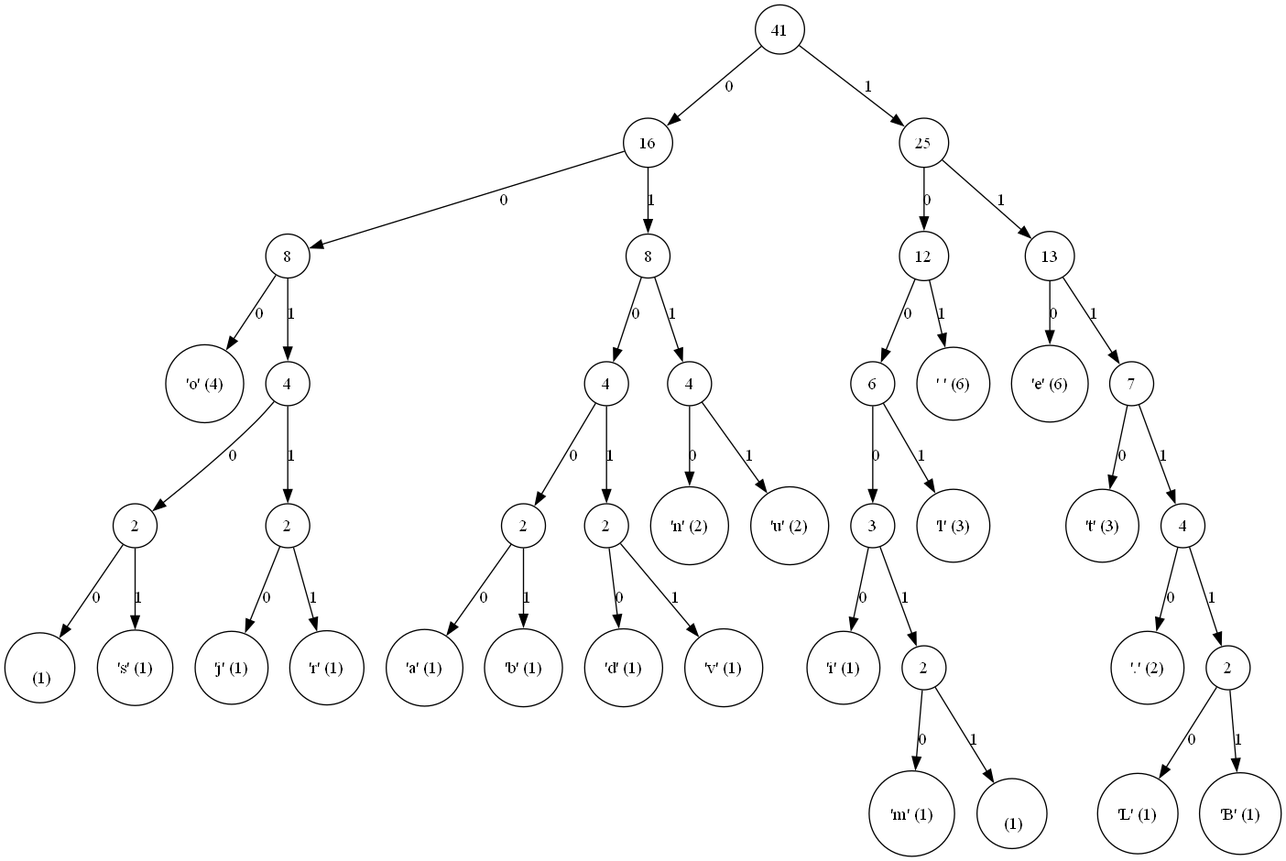
This is huffman_tree.png from MohamedSAIFI0/huffman_coding, a Graphviz export, as it was before one commit. Its source is kept beside it as huffman_tree.dot. Source of this version:
```dot
digraph HuffmanTree {
    node [shape=circle];
    2040495657 [label="41"];
    661672156 [label="16"];
    96639997 [label="8"];
    128893786 [label="'o' (4)"];
    96639997 -> 128893786 [label="0"];
    752848266 [label="4"];
    815033865 [label="2"];
    1555093762 [label="\n (1)"];
    815033865 -> 1555093762 [label="0"];
    1190900417 [label="'s' (1)"];
    815033865 -> 1190900417 [label="1"];
    752848266 -> 815033865 [label="0"];
    379110473 [label="2"];
    99550389 [label="'j' (1)"];
    379110473 -> 99550389 [label="0"];
    1598924227 [label="'r' (1)"];
    379110473 -> 1598924227 [label="1"];
    752848266 -> 379110473 [label="1"];
    96639997 -> 752848266 [label="1"];
    661672156 -> 96639997 [label="0"];
    1144748369 [label="8"];
    340870931 [label="4"];
    1768305536 [label="2"];
    1530388690 [label="'a' (1)"];
    1768305536 -> 1530388690 [label="0"];
    1146743572 [label="'b' (1)"];
    1768305536 -> 1146743572 [label="1"];
    340870931 -> 1768305536 [label="0"];
    1512981843 [label="2"];
    42768293 [label="'d' (1)"];
    1512981843 -> 42768293 [label="0"];
    1717159510 [label="'v' (1)"];
    1512981843 -> 1717159510 [label="1"];
    340870931 -> 1512981843 [label="1"];
    1144748369 -> 340870931 [label="0"];
    1834188994 [label="4"];
    1174361318 [label="'n' (2)"];
    1834188994 -> 1174361318 [label="0"];
    589873731 [label="'u' (2)"];
    1834188994 -> 589873731 [label="1"];
    1144748369 -> 1834188994 [label="1"];
    661672156 -> 1144748369 [label="1"];
    2040495657 -> 661672156 [label="0"];
    200006406 [label="25"];
    2052001577 [label="12"];
    1160264930 [label="6"];
    544724190 [label="3"];
    1972439101 [label="'i' (1)"];
    544724190 -> 1972439101 [label="0"];
    2007328737 [label="2"];
    1936628443 [label="'m' (1)"];
    2007328737 -> 1936628443 [label="0"];
    1830908236 [label="\r (1)"];
    2007328737 -> 1830908236 [label="1"];
    544724190 -> 2007328737 [label="1"];
    1160264930 -> 544724190 [label="0"];
    277630005 [label="'l' (3)"];
    1160264930 -> 277630005 [label="1"];
    2052001577 -> 1160264930 [label="0"];
    1288354730 [label="' ' (6)"];
    2052001577 -> 1288354730 [label="1"];
    200006406 -> 2052001577 [label="0"];
    1274370218 [label="13"];
    758705033 [label="'e' (6)"];
    1274370218 -> 758705033 [label="0"];
    1604839423 [label="7"];
    1177096266 [label="'t' (3)"];
    1604839423 -> 1177096266 [label="0"];
    670576685 [label="4"];
    1299641336 [label="'.' (2)"];
    670576685 -> 1299641336 [label="0"];
    764308918 [label="2"];
    598446861 [label="'L' (1)"];
    764308918 -> 598446861 [label="0"];
    1161082381 [label="'B' (1)"];
    764308918 -> 1161082381 [label="1"];
    670576685 -> 764308918 [label="1"];
    1604839423 -> 670576685 [label="1"];
    1274370218 -> 1604839423 [label="1"];
    200006406 -> 1274370218 [label="1"];
    2040495657 -> 200006406 [label="1"];
}
```
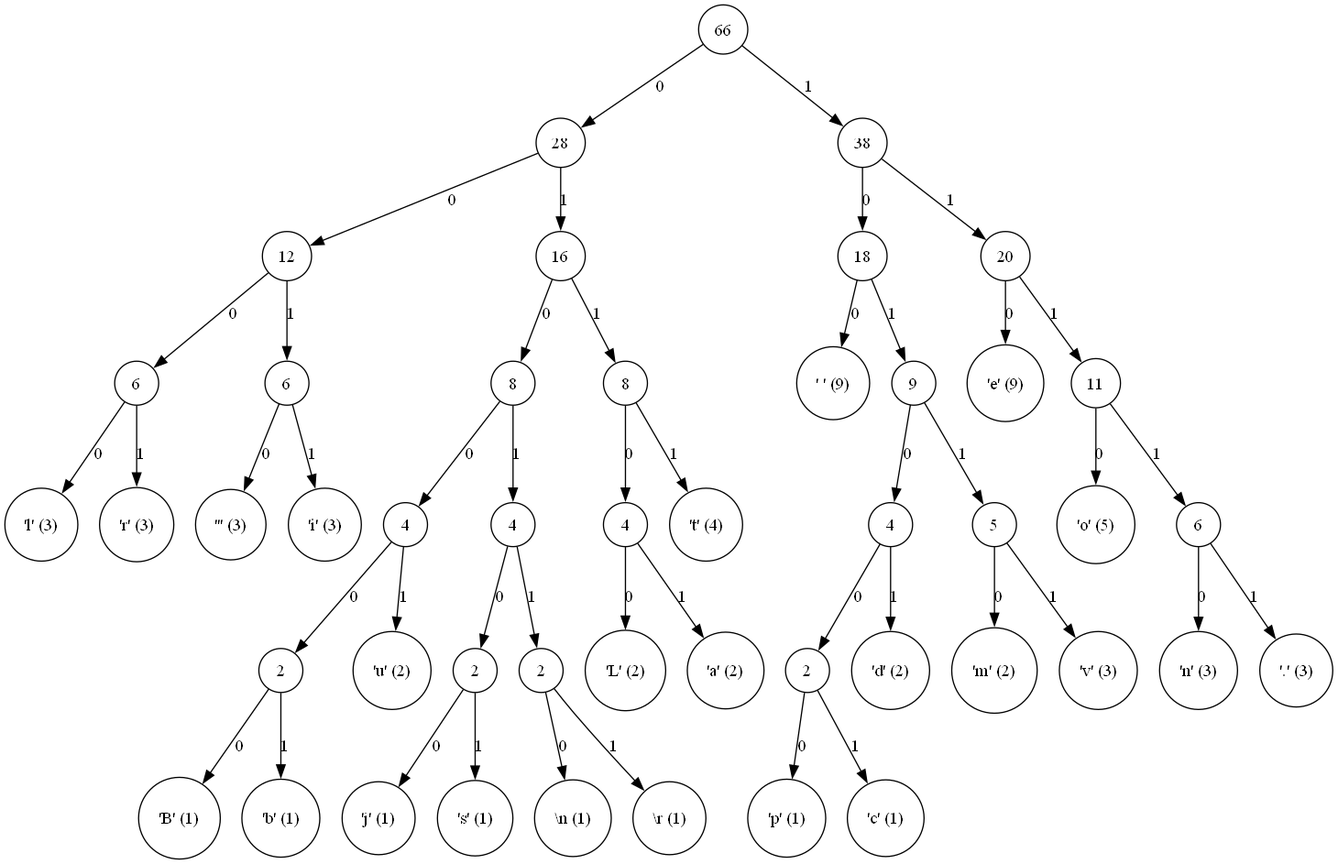
Above is the later version.

Diff of the diagram source:
```diff
@@ -1,84 +1,96 @@
 digraph HuffmanTree {
     node [shape=circle];
-    2040495657 [label="41"];
-    661672156 [label="16"];
-    96639997 [label="8"];
-    128893786 [label="'o' (4)"];
+    2040495657 [label="66"];
+    661672156 [label="28"];
+    96639997 [label="12"];
+    128893786 [label="6"];
+    1732398722 [label="'l' (3)"];
+    128893786 -> 1732398722 [label="0"];
+    815033865 [label="'r' (3)"];
+    128893786 -> 815033865 [label="1"];
     96639997 -> 128893786 [label="0"];
-    752848266 [label="4"];
-    815033865 [label="2"];
-    1555093762 [label="\n (1)"];
-    815033865 -> 1555093762 [label="0"];
-    1190900417 [label="'s' (1)"];
-    815033865 -> 1190900417 [label="1"];
-    752848266 -> 815033865 [label="0"];
-    379110473 [label="2"];
-    99550389 [label="'j' (1)"];
-    379110473 -> 99550389 [label="0"];
-    1598924227 [label="'r' (1)"];
-    379110473 -> 1598924227 [label="1"];
-    752848266 -> 379110473 [label="1"];
-    96639997 -> 752848266 [label="1"];
+    1555093762 [label="6"];
+    1190900417 [label="''' (3)"];
+    1555093762 -> 1190900417 [label="0"];
+    379110473 [label="'i' (3)"];
+    1555093762 -> 379110473 [label="1"];
+    96639997 -> 1555093762 [label="1"];
     661672156 -> 96639997 [label="0"];
-    1144748369 [label="8"];
-    340870931 [label="4"];
-    1768305536 [label="2"];
-    1530388690 [label="'a' (1)"];
-    1768305536 -> 1530388690 [label="0"];
-    1146743572 [label="'b' (1)"];
-    1768305536 -> 1146743572 [label="1"];
+    99550389 [label="16"];
+    1598924227 [label="8"];
+    1144748369 [label="4"];
+    340870931 [label="2"];
+    1768305536 [label="'B' (1)"];
     340870931 -> 1768305536 [label="0"];
-    1512981843 [label="2"];
-    42768293 [label="'d' (1)"];
+    1530388690 [label="'b' (1)"];
+    340870931 -> 1530388690 [label="1"];
+    1144748369 -> 340870931 [label="0"];
+    1146743572 [label="'u' (2)"];
+    1144748369 -> 1146743572 [label="1"];
+    1598924227 -> 1144748369 [label="0"];
+    1512981843 [label="4"];
+    42768293 [label="2"];
+    1717159510 [label="'j' (1)"];
+    42768293 -> 1717159510 [label="0"];
+    1834188994 [label="'s' (1)"];
+    42768293 -> 1834188994 [label="1"];
     1512981843 -> 42768293 [label="0"];
-    1717159510 [label="'v' (1)"];
-    1512981843 -> 1717159510 [label="1"];
-    340870931 -> 1512981843 [label="1"];
-    1144748369 -> 340870931 [label="0"];
-    1834188994 [label="4"];
-    1174361318 [label="'n' (2)"];
-    1834188994 -> 1174361318 [label="0"];
-    589873731 [label="'u' (2)"];
-    1834188994 -> 589873731 [label="1"];
-    1144748369 -> 1834188994 [label="1"];
-    661672156 -> 1144748369 [label="1"];
+    1174361318 [label="2"];
+    589873731 [label="\\n (1)"];
+    1174361318 -> 589873731 [label="0"];
+    200006406 [label="\\r (1)"];
+    1174361318 -> 200006406 [label="1"];
+    1512981843 -> 1174361318 [label="1"];
+    1598924227 -> 1512981843 [label="1"];
+    99550389 -> 1598924227 [label="0"];
+    2052001577 [label="8"];
+    1160264930 [label="4"];
+    544724190 [label="'L' (2)"];
+    1160264930 -> 544724190 [label="0"];
+    1972439101 [label="'a' (2)"];
+    1160264930 -> 1972439101 [label="1"];
+    2052001577 -> 1160264930 [label="0"];
+    2007328737 [label="'t' (4)"];
+    2052001577 -> 2007328737 [label="1"];
+    99550389 -> 2052001577 [label="1"];
+    661672156 -> 99550389 [label="1"];
     2040495657 -> 661672156 [label="0"];
-    200006406 [label="25"];
-    2052001577 [label="12"];
-    1160264930 [label="6"];
-    544724190 [label="3"];
-    1972439101 [label="'i' (1)"];
-    544724190 -> 1972439101 [label="0"];
-    2007328737 [label="2"];
-    1936628443 [label="'m' (1)"];
-    2007328737 -> 1936628443 [label="0"];
-    1830908236 [label="\r (1)"];
-    2007328737 -> 1830908236 [label="1"];
-    544724190 -> 2007328737 [label="1"];
-    1160264930 -> 544724190 [label="0"];
-    277630005 [label="'l' (3)"];
-    1160264930 -> 277630005 [label="1"];
-    2052001577 -> 1160264930 [label="0"];
-    1288354730 [label="' ' (6)"];
-    2052001577 -> 1288354730 [label="1"];
-    200006406 -> 2052001577 [label="0"];
-    1274370218 [label="13"];
-    758705033 [label="'e' (6)"];
+    1936628443 [label="38"];
+    1830908236 [label="18"];
+    277630005 [label="' ' (9)"];
+    1830908236 -> 277630005 [label="0"];
+    1288354730 [label="9"];
+    1274370218 [label="4"];
+    758705033 [label="2"];
+    1604839423 [label="'p' (1)"];
+    758705033 -> 1604839423 [label="0"];
+    1177096266 [label="'c' (1)"];
+    758705033 -> 1177096266 [label="1"];
     1274370218 -> 758705033 [label="0"];
-    1604839423 [label="7"];
-    1177096266 [label="'t' (3)"];
-    1604839423 -> 1177096266 [label="0"];
-    670576685 [label="4"];
-    1299641336 [label="'.' (2)"];
-    670576685 -> 1299641336 [label="0"];
-    764308918 [label="2"];
-    598446861 [label="'L' (1)"];
-    764308918 -> 598446861 [label="0"];
-    1161082381 [label="'B' (1)"];
-    764308918 -> 1161082381 [label="1"];
-    670576685 -> 764308918 [label="1"];
-    1604839423 -> 670576685 [label="1"];
-    1274370218 -> 1604839423 [label="1"];
-    200006406 -> 1274370218 [label="1"];
-    2040495657 -> 200006406 [label="1"];
+    670576685 [label="'d' (2)"];
+    1274370218 -> 670576685 [label="1"];
+    1288354730 -> 1274370218 [label="0"];
+    1299641336 [label="5"];
+    764308918 [label="'m' (2)"];
+    1299641336 -> 764308918 [label="0"];
+    598446861 [label="'v' (3)"];
+    1299641336 -> 598446861 [label="1"];
+    1288354730 -> 1299641336 [label="1"];
+    1830908236 -> 1288354730 [label="1"];
+    1936628443 -> 1830908236 [label="0"];
+    1161082381 [label="20"];
+    1067938912 [label="'e' (9)"];
+    1161082381 -> 1067938912 [label="0"];
+    1637506559 [label="11"];
+    517380410 [label="'o' (5)"];
+    1637506559 -> 517380410 [label="0"];
+    2117255219 [label="6"];
+    2058534881 [label="'n' (3)"];
+    2117255219 -> 2058534881 [label="0"];
+    1232367853 [label="'.' (3)"];
+    2117255219 -> 1232367853 [label="1"];
+    1637506559 -> 2117255219 [label="1"];
+    1161082381 -> 1637506559 [label="1"];
+    1936628443 -> 1161082381 [label="1"];
+    2040495657 -> 1936628443 [label="1"];
 }
```
